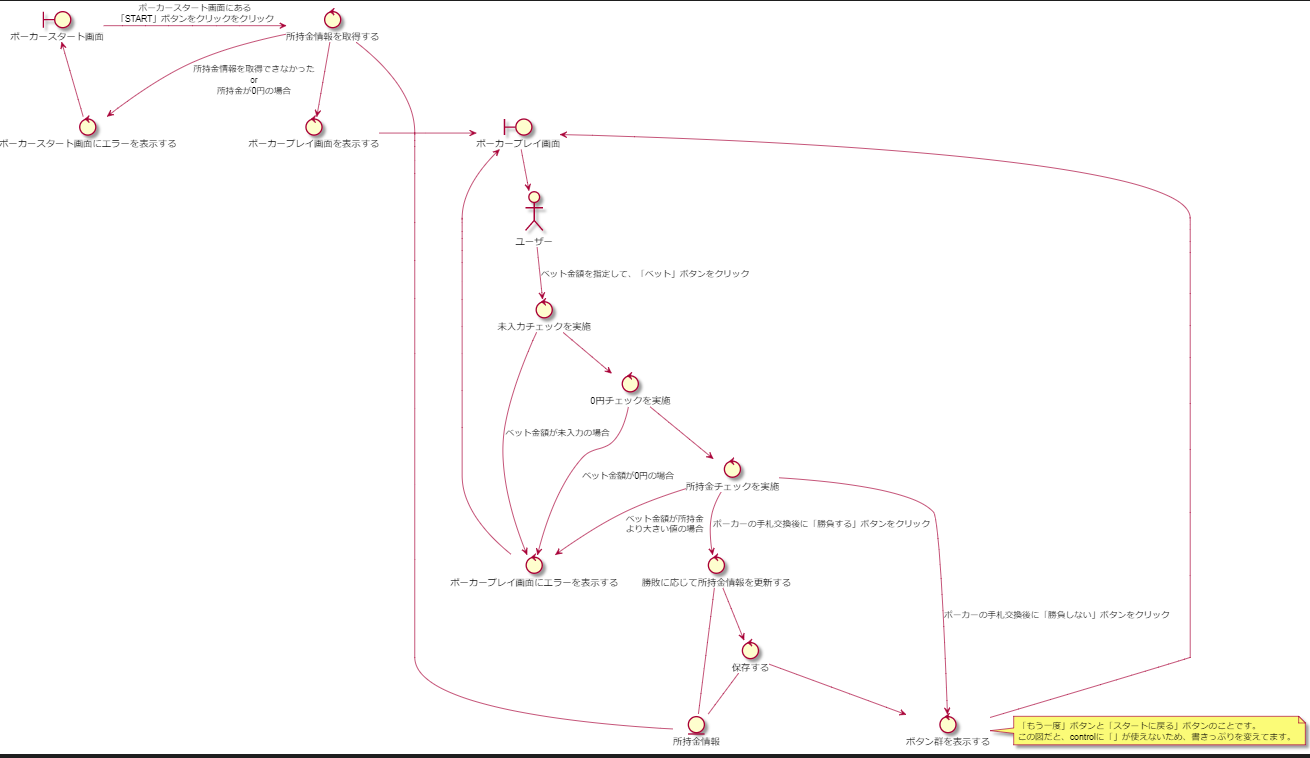
This is docs/詳細設計/ロバストネス図/ベット/ベットする(ロバストネス図).png from CSTSCSTS/UserAp, a PlantUML export, as it was before one commit. Its source is kept beside it as docs/詳細設計/ロバストネス図/ベット/ベットする(ロバストネス図).puml.
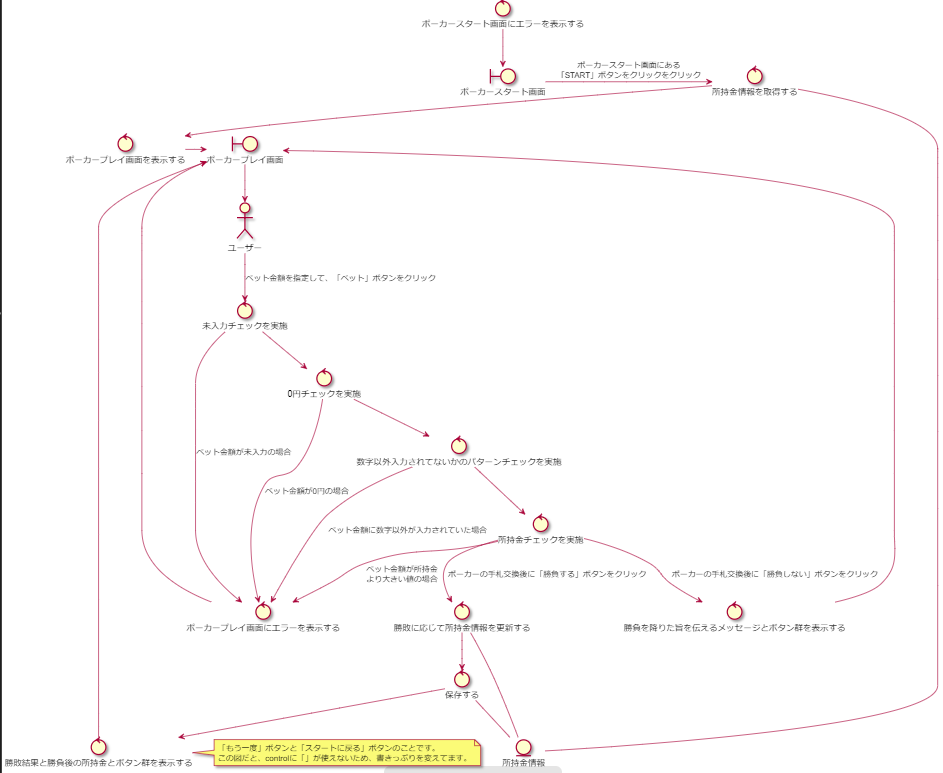
The same file after the commit.

Commit message:
ベットのロバストネス図を修正

Change to the diagram source:
```diff
@@ -8,10 +8,12 @@
 control ポーカープレイ画面を表示する
 control 未入力チェックを実施
 control 0円チェックを実施
+control 数字以外入力されてないかのパターンチェックを実施
 control 所持金チェックを実施
 control 勝敗に応じて所持金情報を更新する
 control 保存する
-control ボタン群を表示する
+control 勝敗結果と勝負後の所持金とボタン群を表示する
+control 勝負を降りた旨を伝えるメッセージとボタン群を表示する
 control ポーカースタート画面にエラーを表示する
 control ポーカープレイ画面にエラーを表示する
 entity 所持金情報
@@ -23,22 +25,24 @@
 ポーカープレイ画面 -down-> ユーザー
 ユーザー --> 未入力チェックを実施 : ベット金額を指定して、「ベット」ボタンをクリック
 未入力チェックを実施 --> 0円チェックを実施
-0円チェックを実施 --> 所持金チェックを実施
+0円チェックを実施 --> 数字以外入力されてないかのパターンチェックを実施
+数字以外入力されてないかのパターンチェックを実施 --> 所持金チェックを実施
 所持金チェックを実施 --> 勝敗に応じて所持金情報を更新する : ポーカーの手札交換後に「勝負する」ボタンをクリック
 勝敗に応じて所持金情報を更新する --> 保存する
-保存する --> ボタン群を表示する
-ボタン群を表示する --> ポーカープレイ画面
-note right of ボタン群を表示する : 「もう一度」ボタンと「スタートに戻る」ボタンのことです。\nこの図だと、controlに「」が使えないため、書きっぷりを変えてます。
+保存する --> 勝敗結果と勝負後の所持金とボタン群を表示する
+勝敗結果と勝負後の所持金とボタン群を表示する --> ポーカープレイ画面
+note right of 勝敗結果と勝負後の所持金とボタン群を表示する : 「もう一度」ボタンと「スタートに戻る」ボタンのことです。\nこの図だと、controlに「」が使えないため、書きっぷりを変えてます。
 
-所持金情報を取得する -- 所持金情報
+所持金情報を取得する -down- 所持金情報
 勝敗に応じて所持金情報を更新する -- 所持金情報
 保存する -- 所持金情報
 
-所持金情報を取得する --> ポーカースタート画面にエラーを表示する : 所持金情報を取得できなかった\nor\n所持金が0円の場合
 未入力チェックを実施 --> ポーカープレイ画面にエラーを表示する : ベット金額が未入力の場合
 0円チェックを実施 --> ポーカープレイ画面にエラーを表示する : ベット金額が0円の場合
+数字以外入力されてないかのパターンチェックを実施 --> ポーカープレイ画面にエラーを表示する : ベット金額に数字以外が入力されていた場合
 所持金チェックを実施 --> ポーカープレイ画面にエラーを表示する : ベット金額が所持金\nより大きい値の場合
-所持金チェックを実施 --> ボタン群を表示する : ポーカーの手札交換後に「勝負しない」ボタンをクリック
+所持金チェックを実施 --> 勝負を降りた旨を伝えるメッセージとボタン群を表示する : ポーカーの手札交換後に「勝負しない」ボタンをクリック
+勝負を降りた旨を伝えるメッセージとボタン群を表示する --> ポーカープレイ画面
 
 ポーカースタート画面にエラーを表示する --> ポーカースタート画面
 ポーカープレイ画面にエラーを表示する --> ポーカープレイ画面
```
